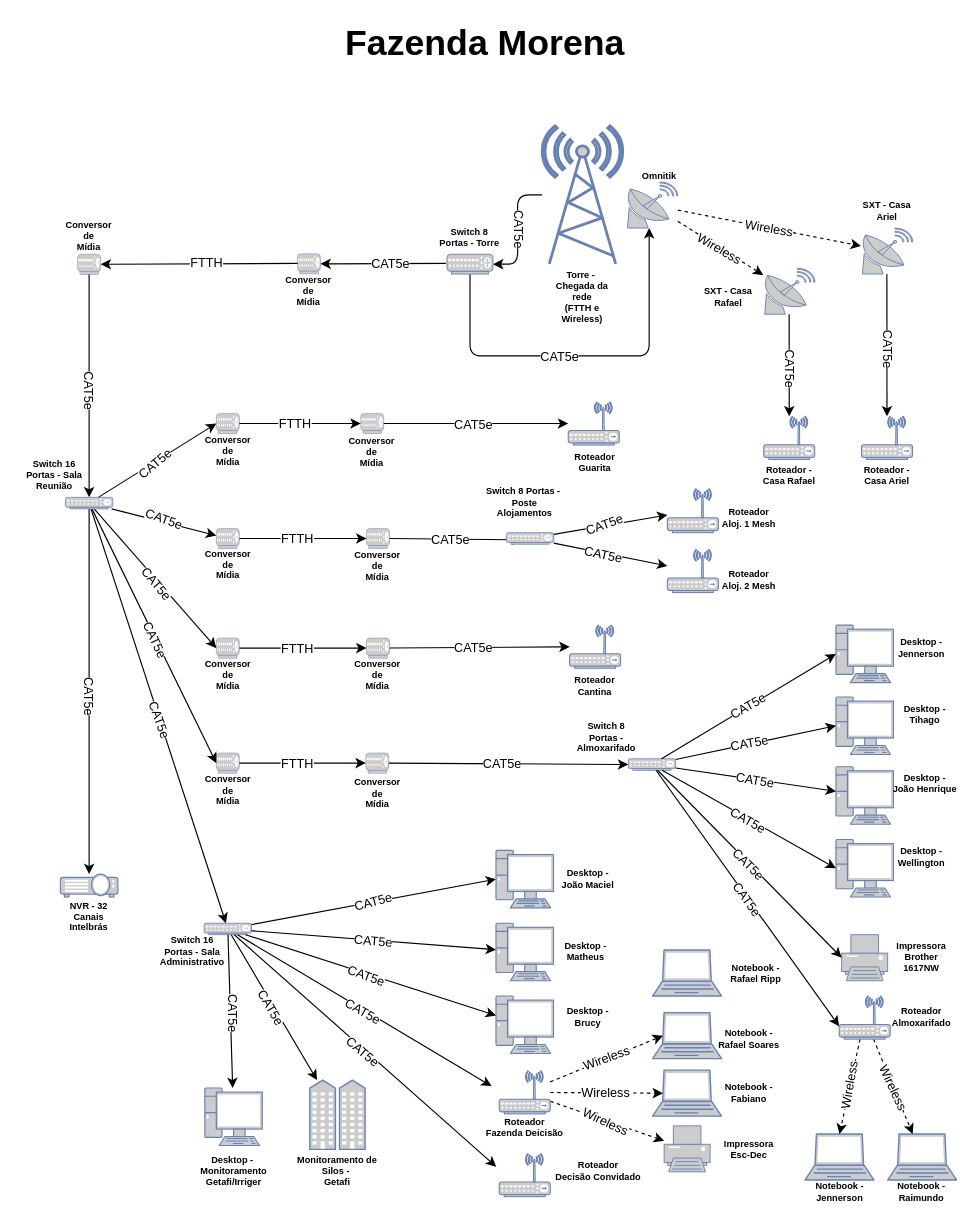
AlbertoPontes/Fluxogramas keeps this draw.io diagram as Diagrama Rede Morena.drawio. Above is the earlier version. Source tidied: cells renumbered, new cells numbered last; positions are measured from the earlier drawing's top-left corner, leaving out a move shared by most shapes. Both pictures are drawn from the tidied source at 115%, with x=0, y=0 at pixel (20, 20).
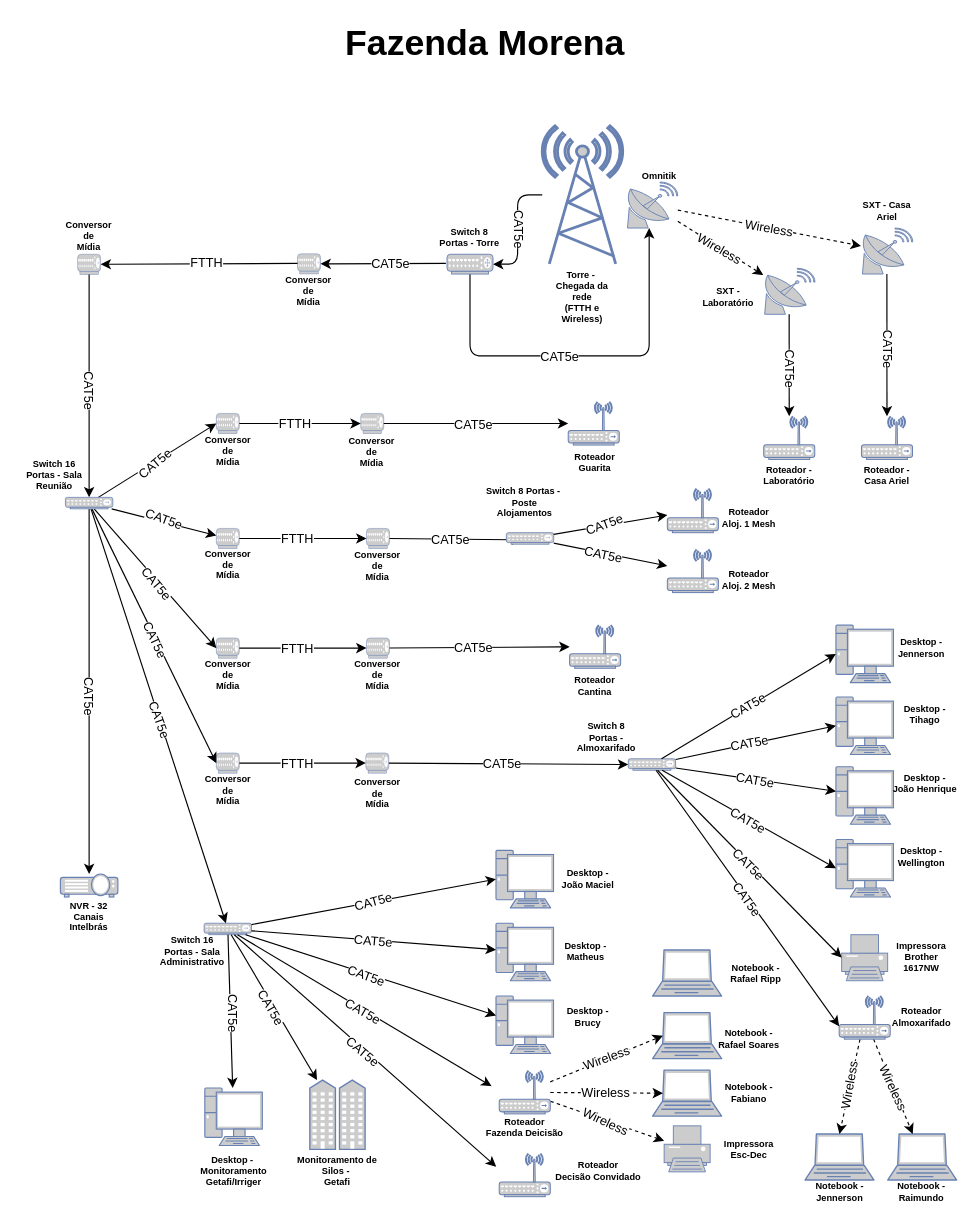
The same page after the edit.

The edit, as a diff of the source:
```diff
@@
-    <mxCell id="129" value="SXT - Casa Rafael" style="text;html=1;strokeColor=none;fillColor=none;align=center;verticalAlign=middle;whiteSpace=wrap;rounded=1;fontSize=8;fontStyle=1;" parent="1" vertex="1">
+    <mxCell id="129" value="SXT - Laboratório" style="text;html=1;strokeColor=none;fillColor=none;align=center;verticalAlign=middle;whiteSpace=wrap;rounded=1;fontSize=8;fontStyle=1;" parent="1" vertex="1">
       <mxGeometry x="586.2" y="225.8" width="60" height="30" as="geometry" />
     </mxCell>
@@
-    <mxCell id="131" value="Roteador - Casa Rafael" style="text;html=1;strokeColor=none;fillColor=none;align=center;verticalAlign=middle;whiteSpace=wrap;rounded=1;fontSize=8;fontStyle=1;" parent="1" vertex="1">
+    <mxCell id="131" value="Roteador - Laboratório" style="text;html=1;strokeColor=none;fillColor=none;align=center;verticalAlign=middle;whiteSpace=wrap;rounded=1;fontSize=8;fontStyle=1;" parent="1" vertex="1">
       <mxGeometry x="638.8" y="380.8" width="60" height="30" as="geometry" />
     </mxCell>
```
